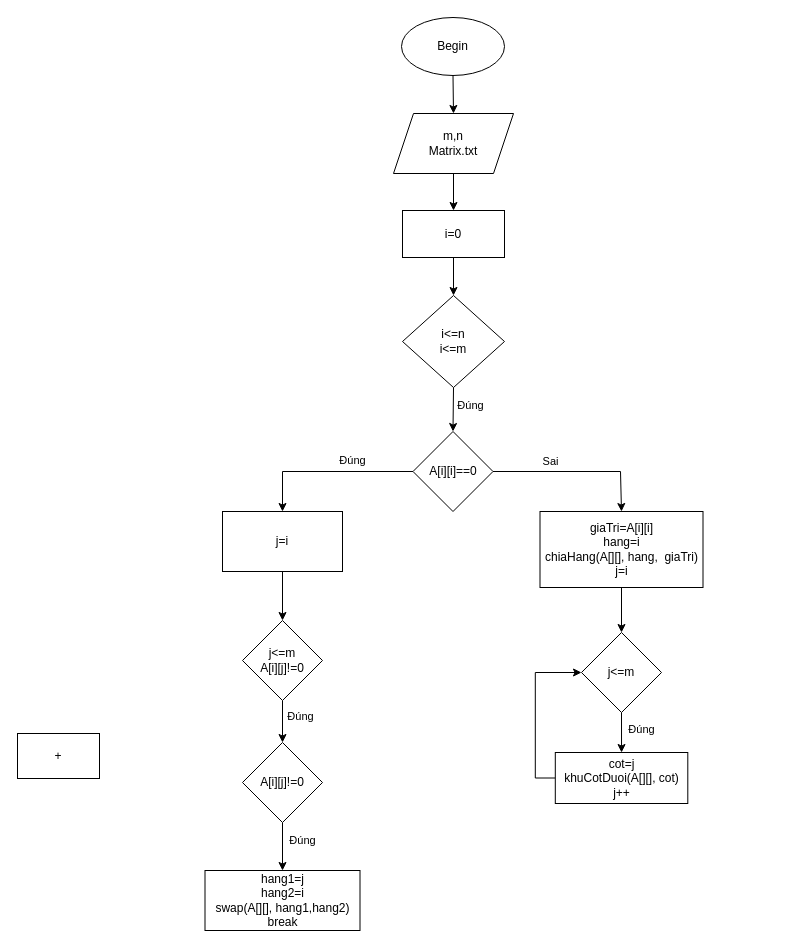
This is Matrix_flowchart.drawio from Neal005/DrawnIO, a draw.io file, before an edit. Source tidied: cells renumbered, new cells numbered last; positions are measured from the earlier drawing's top-left corner, leaving out a move shared by most shapes. Both pictures are drawn from the tidied source at 100%, with x=0, y=0 at pixel (17, 17).
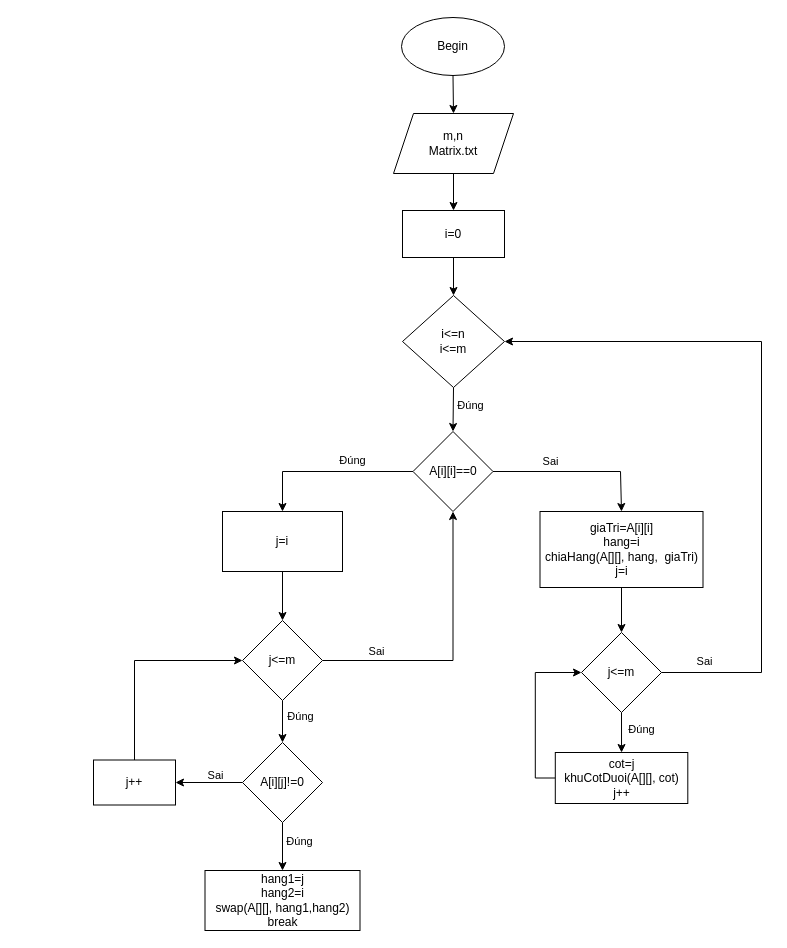
After the change.

The change refers to these unchanged cells:
```xml
<mxCell id="5" value="i&amp;lt;=n&lt;div&gt;&lt;span style=&quot;background-color: initial;&quot;&gt;i&amp;lt;=m&lt;/span&gt;&lt;/div&gt;" style="rhombus;whiteSpace=wrap;html=1;" parent="1" vertex="1">
  <mxGeometry x="385" y="278" width="102" height="92" as="geometry" />
</mxCell>
<mxCell id="6" value="j&amp;lt;=m" style="rhombus;whiteSpace=wrap;html=1;" parent="1" vertex="1">
  <mxGeometry x="564" y="615" width="80" height="80" as="geometry" />
</mxCell>
<mxCell id="11" value="A[i][i]==0" style="rhombus;whiteSpace=wrap;html=1;" parent="1" vertex="1">
  <mxGeometry x="395.5" y="414" width="80" height="80" as="geometry" />
</mxCell>
<mxCell id="29" style="edgeStyle=orthogonalEdgeStyle;rounded=0;jettySize=auto;html=1;exitX=0.5;exitY=1;exitDx=0;exitDy=0;entryX=0.5;entryY=0;entryDx=0;entryDy=0;" parent="1" edge="1" source="31" target="28">
  <mxGeometry relative="1" as="geometry" />
</mxCell>
<mxCell id="31" value="A[i][j]!=0" style="rhombus;whiteSpace=wrap;html=1;" parent="1" vertex="1">
  <mxGeometry x="225" y="725" width="80" height="80" as="geometry" />
</mxCell>
```

Change to the diagram source:
```diff
@@
+    <mxCell id="33" style="edgeStyle=orthogonalEdgeStyle;rounded=0;jettySize=auto;html=1;exitX=1;exitY=0.5;exitDx=0;exitDy=0;entryX=1;entryY=0.5;entryDx=0;entryDy=0;" parent="1" edge="1" source="6" target="5">
+      <mxGeometry relative="1" as="geometry">
+        <Array as="points">
+          <mxPoint x="744" y="655" />
+          <mxPoint x="744" y="324" />
+        </Array>
+      </mxGeometry>
+    </mxCell>
+    <mxCell id="34" value="Sai" style="edgeLabel;html=1;align=center;verticalAlign=middle;" parent="33" vertex="1">
+      <mxGeometry x="-0.89" y="1" relative="1" as="geometry">
+        <mxPoint x="4" y="-11" as="offset" />
+      </mxGeometry>
+    </mxCell>
@@
+    <mxCell id="35" style="edgeStyle=orthogonalEdgeStyle;rounded=0;jettySize=auto;html=1;exitX=1;exitY=0.5;exitDx=0;exitDy=0;entryX=0.5;entryY=1;entryDx=0;entryDy=0;" parent="1" edge="1" source="16" target="11">
+      <mxGeometry relative="1" as="geometry" />
+    </mxCell>
+    <mxCell id="36" value="Sai" style="edgeLabel;html=1;align=center;verticalAlign=middle;" parent="35" vertex="1">
+      <mxGeometry x="-0.56" relative="1" as="geometry">
+        <mxPoint x="-8" y="-10" as="offset" />
+      </mxGeometry>
+    </mxCell>
-    <mxCell id="16" value="j&amp;lt;=m&lt;div&gt;A[i][j]!=0&lt;/div&gt;" style="rhombus;whiteSpace=wrap;html=1;" parent="1" vertex="1">
+    <mxCell id="16" value="j&amp;lt;=m" style="rhombus;whiteSpace=wrap;html=1;" parent="1" vertex="1">
       <mxGeometry x="225" y="603" width="80" height="80" as="geometry" />
     </mxCell>
@@
     <mxCell id="30" value="Đúng" style="edgeLabel;html=1;align=center;verticalAlign=middle;" parent="29" vertex="1">
       <mxGeometry x="-0.29" y="3" relative="1" as="geometry">
-        <mxPoint x="16" as="offset" />
+        <mxPoint x="13" y="1" as="offset" />
       </mxGeometry>
     </mxCell>
+    <mxCell id="37" style="edgeStyle=orthogonalEdgeStyle;rounded=0;jettySize=auto;html=1;exitX=0;exitY=0.5;exitDx=0;exitDy=0;entryX=1;entryY=0.5;entryDx=0;entryDy=0;" parent="1" edge="1" source="31" target="32">
+      <mxGeometry relative="1" as="geometry" />
+    </mxCell>
+    <mxCell id="38" value="Sai" style="edgeLabel;html=1;align=center;verticalAlign=middle;" parent="37" vertex="1">
+      <mxGeometry x="-0.49" y="1" relative="1" as="geometry">
+        <mxPoint x="-11" y="-9" as="offset" />
+      </mxGeometry>
+    </mxCell>
@@
+    <mxCell id="39" style="edgeStyle=orthogonalEdgeStyle;rounded=0;jettySize=auto;html=1;exitX=0.5;exitY=0;exitDx=0;exitDy=0;entryX=0;entryY=0.5;entryDx=0;entryDy=0;" parent="1" edge="1" source="32" target="16">
+      <mxGeometry relative="1" as="geometry" />
+    </mxCell>
-    <mxCell id="32" value="+" style="rounded=0;whiteSpace=wrap;html=1;" parent="1" vertex="1">
-      <mxGeometry y="716" width="82" height="45" as="geometry" />
+    <mxCell id="32" value="j++" style="rounded=0;whiteSpace=wrap;html=1;" parent="1" vertex="1">
+      <mxGeometry x="76" y="742.5" width="82" height="45" as="geometry" />
     </mxCell>
```
